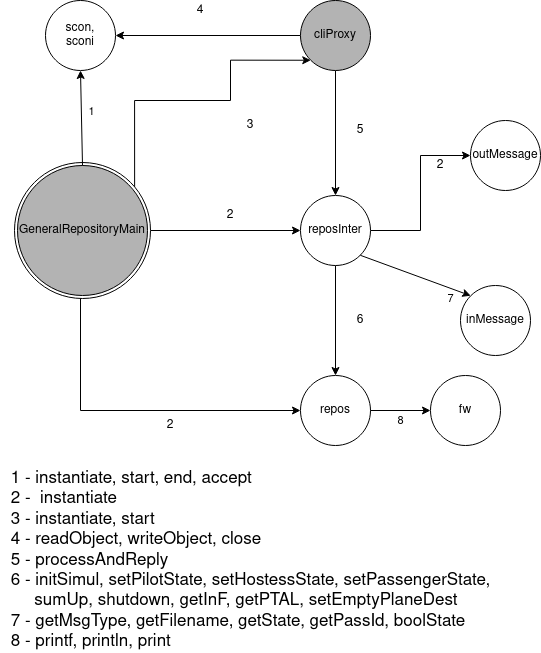
MarianaPinto17/SD keeps this draw.io diagram as assignment3/diagramas/generalRepoMain.png. Above is the earlier version. Source tidied: cells renumbered, new cells last; positions are measured from the earlier drawing's top-left corner, leaving out a move shared by most shapes.
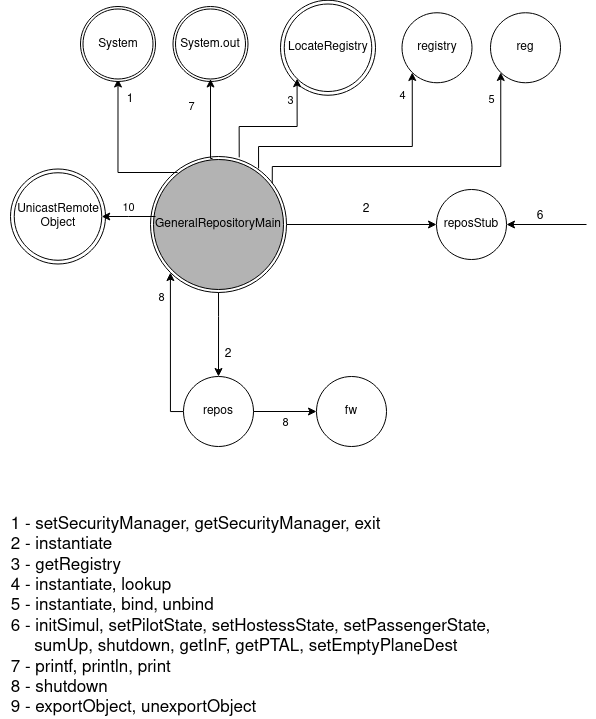
After the change.

The edit, as a diff of the source:
```diff
@@ -2,76 +2,51 @@
   <root>
     <mxCell id="0" />
     <mxCell id="1" parent="0" />
-    <mxCell id="2" style="edgeStyle=orthogonalEdgeStyle;rounded=0;jettySize=auto;html=1;entryX=0;entryY=0.5;entryDx=0;entryDy=0;exitX=0.5;exitY=1;exitDx=0;exitDy=0;" parent="1" edge="1" source="23" target="13">
+    <mxCell id="2" style="edgeStyle=orthogonalEdgeStyle;rounded=0;jettySize=auto;html=1;entryX=0.5;entryY=0;entryDx=0;entryDy=0;exitX=0.5;exitY=1;exitDx=0;exitDy=0;" parent="1" edge="1" source="23" target="13">
       <mxGeometry relative="1" as="geometry">
         <Array as="points">
-          <mxPoint x="80" y="295" />
-          <mxPoint x="80" y="410" />
+          <mxPoint x="218" y="260" />
+          <mxPoint x="218" y="260" />
         </Array>
       </mxGeometry>
     </mxCell>
-    <mxCell id="3" style="edgeStyle=orthogonalEdgeStyle;rounded=0;jettySize=auto;html=1;entryX=0;entryY=1;entryDx=0;entryDy=0;exitX=0.901;exitY=0.196;exitDx=0;exitDy=0;exitPerimeter=0;" parent="1" edge="1" source="23" target="8">
-      <mxGeometry relative="1" as="geometry">
-        <Array as="points">
-          <mxPoint x="134" y="100" />
-          <mxPoint x="230" y="100" />
-          <mxPoint x="230" y="60" />
-        </Array>
-      </mxGeometry>
-    </mxCell>
     <mxCell id="4" style="edgeStyle=orthogonalEdgeStyle;rounded=0;jettySize=auto;html=1;entryX=0;entryY=0.5;entryDx=0;entryDy=0;exitX=1;exitY=0.5;exitDx=0;exitDy=0;" parent="1" edge="1" source="22" target="11">
       <mxGeometry relative="1" as="geometry" />
     </mxCell>
-    <mxCell id="5" value="&lt;div&gt;scon,&lt;/div&gt;&lt;div&gt;sconi&lt;br&gt;&lt;/div&gt;" style="ellipse;whiteSpace=wrap;html=1;align=center;" parent="1" vertex="1">
-      <mxGeometry x="45" width="70" height="70" as="geometry" />
-    </mxCell>
-    <mxCell id="6" style="edgeStyle=orthogonalEdgeStyle;rounded=0;jettySize=auto;html=1;entryX=1;entryY=0.5;entryDx=0;entryDy=0;" parent="1" edge="1" source="8" target="5">
-      <mxGeometry relative="1" as="geometry" />
-    </mxCell>
-    <mxCell id="7" style="edgeStyle=orthogonalEdgeStyle;rounded=0;jettySize=auto;html=1;entryX=0.5;entryY=0;entryDx=0;entryDy=0;" parent="1" edge="1" source="8" target="11">
-      <mxGeometry relative="1" as="geometry" />
-    </mxCell>
-    <mxCell id="8" value="cliProxy" style="ellipse;whiteSpace=wrap;html=1;align=center;fillColor=#B3B3B3;" parent="1" vertex="1">
-      <mxGeometry x="300" width="70" height="70" as="geometry" />
-    </mxCell>
-    <mxCell id="9" style="edgeStyle=orthogonalEdgeStyle;rounded=0;jettySize=auto;html=1;entryX=0.5;entryY=0;entryDx=0;entryDy=0;" parent="1" edge="1" source="11" target="13">
-      <mxGeometry relative="1" as="geometry" />
+    <mxCell id="9" style="edgeStyle=orthogonalEdgeStyle;rounded=0;jettySize=auto;html=1;entryX=1;entryY=0.5;entryDx=0;entryDy=0;" parent="1" edge="1" target="11">
+      <mxGeometry relative="1" as="geometry">
+        <mxPoint x="586" y="168" as="sourcePoint" />
+      </mxGeometry>
     </mxCell>
-    <mxCell id="10" style="edgeStyle=orthogonalEdgeStyle;rounded=0;jettySize=auto;html=1;entryX=0;entryY=0.5;entryDx=0;entryDy=0;" parent="1" edge="1" source="11" target="12">
-      <mxGeometry relative="1" as="geometry" />
-    </mxCell>
-    <mxCell id="11" value="reposInter" style="ellipse;whiteSpace=wrap;html=1;align=center;" parent="1" vertex="1">
-      <mxGeometry x="300" y="195" width="70" height="70" as="geometry" />
+    <mxCell id="11" value="reposStub" style="ellipse;whiteSpace=wrap;html=1;align=center;" parent="1" vertex="1">
+      <mxGeometry x="436" y="133" width="70" height="70" as="geometry" />
     </mxCell>
-    <mxCell id="12" value="outMessage" style="ellipse;whiteSpace=wrap;html=1;align=center;" parent="1" vertex="1">
-      <mxGeometry x="470" y="120" width="70" height="70" as="geometry" />
-    </mxCell>
+    <mxCell id="33" style="edgeStyle=orthogonalEdgeStyle;rounded=0;jettySize=auto;html=1;entryX=0;entryY=1;entryDx=0;entryDy=0;" parent="1" edge="1" source="13" target="22">
+      <mxGeometry relative="1" as="geometry">
+        <Array as="points">
+          <mxPoint x="170" y="355" />
+        </Array>
+      </mxGeometry>
+    </mxCell>
+    <mxCell id="34" value="8" style="edgeLabel;html=1;align=center;verticalAlign=middle;" parent="33" vertex="1">
+      <mxGeometry x="0.41" relative="1" as="geometry">
+        <mxPoint x="-10" y="-21" as="offset" />
+      </mxGeometry>
+    </mxCell>
     <mxCell id="13" value="repos" style="ellipse;whiteSpace=wrap;html=1;align=center;" parent="1" vertex="1">
-      <mxGeometry x="300" y="375" width="70" height="70" as="geometry" />
+      <mxGeometry x="183" y="320" width="70" height="70" as="geometry" />
     </mxCell>
-    <mxCell id="14" value="4" style="text;html=1;strokeColor=none;fillColor=none;align=center;verticalAlign=middle;whiteSpace=wrap;rounded=0;" parent="1" vertex="1">
-      <mxGeometry x="180" width="40" height="20" as="geometry" />
-    </mxCell>
-    <mxCell id="15" value="5" style="text;html=1;strokeColor=none;fillColor=none;align=center;verticalAlign=middle;whiteSpace=wrap;rounded=0;" parent="1" vertex="1">
-      <mxGeometry x="340" y="120" width="40" height="20" as="geometry" />
-    </mxCell>
-    <mxCell id="16" value="&lt;div&gt;3&lt;/div&gt;" style="text;html=1;strokeColor=none;fillColor=none;align=center;verticalAlign=middle;whiteSpace=wrap;rounded=0;" parent="1" vertex="1">
-      <mxGeometry x="230" y="110" width="40" height="30" as="geometry" />
-    </mxCell>
     <mxCell id="17" value="2" style="text;html=1;strokeColor=none;fillColor=none;align=center;verticalAlign=middle;whiteSpace=wrap;rounded=0;" parent="1" vertex="1">
-      <mxGeometry x="210" y="200" width="40" height="30" as="geometry" />
+      <mxGeometry x="346" y="138" width="40" height="30" as="geometry" />
     </mxCell>
-    <mxCell id="18" value="2" style="text;html=1;strokeColor=none;fillColor=none;align=center;verticalAlign=middle;whiteSpace=wrap;rounded=0;" parent="1" vertex="1">
-      <mxGeometry x="420" y="150" width="40" height="30" as="geometry" />
-    </mxCell>
     <mxCell id="19" value="2" style="text;html=1;strokeColor=none;fillColor=none;align=center;verticalAlign=middle;whiteSpace=wrap;rounded=0;" parent="1" vertex="1">
-      <mxGeometry x="150" y="410" width="40" height="30" as="geometry" />
+      <mxGeometry x="207.5" y="283" width="40" height="30" as="geometry" />
     </mxCell>
     <mxCell id="20" value="6" style="text;html=1;strokeColor=none;fillColor=none;align=center;verticalAlign=middle;whiteSpace=wrap;rounded=0;" parent="1" vertex="1">
-      <mxGeometry x="340" y="310" width="40" height="20" as="geometry" />
+      <mxGeometry x="520" y="150" width="40" height="20" as="geometry" />
     </mxCell>
     <mxCell id="21" style="group;" parent="1" vertex="1">
-      <mxGeometry x="14" y="162" width="136" height="136" as="geometry" />
+      <mxGeometry x="150" y="100" width="136" height="136" as="geometry" />
     </mxCell>
     <mxCell id="22" style="ellipse;whiteSpace=wrap;html=1;align=center;" parent="21" vertex="1">
       <mxGeometry width="136" height="136" as="geometry" />
@@ -79,27 +54,8 @@
     <mxCell id="23" value="GeneralRepositoryMain" style="ellipse;whiteSpace=wrap;html=1;align=center;strokeColor=#000000;fillColor=#B3B3B3;" parent="21" vertex="1">
       <mxGeometry x="3" y="3" width="130" height="130" as="geometry" />
     </mxCell>
-    <mxCell id="24" style="endArrow=classic;html=1;entryX=0;entryY=0;entryDx=0;entryDy=0;exitX=1;exitY=1;exitDx=0;exitDy=0;" parent="1" edge="1" source="11" target="28">
-      <mxGeometry relative="1" as="geometry" />
-    </mxCell>
-    <mxCell id="25" value="7" style="edgeLabel;html=1;align=center;verticalAlign=middle;" parent="24" vertex="1">
-      <mxGeometry x="0.29" y="-1" relative="1" as="geometry">
-        <mxPoint x="19" y="16" as="offset" />
-      </mxGeometry>
-    </mxCell>
-    <mxCell id="26" style="endArrow=classic;html=1;entryX=0.5;entryY=1;entryDx=0;entryDy=0;exitX=0.5;exitY=0;exitDx=0;exitDy=0;" parent="1" edge="1" source="23" target="5">
-      <mxGeometry relative="1" as="geometry" />
-    </mxCell>
-    <mxCell id="27" value="1" style="edgeLabel;html=1;align=center;verticalAlign=middle;" parent="26" vertex="1">
-      <mxGeometry x="-0.2" y="-1" relative="1" as="geometry">
-        <mxPoint x="8" y="-17" as="offset" />
-      </mxGeometry>
-    </mxCell>
-    <mxCell id="28" value="inMessage" style="ellipse;whiteSpace=wrap;html=1;align=center;" parent="1" vertex="1">
-      <mxGeometry x="460" y="285" width="70" height="70" as="geometry" />
-    </mxCell>
     <mxCell id="29" value="fw" style="ellipse;whiteSpace=wrap;html=1;align=center;" parent="1" vertex="1">
-      <mxGeometry x="430" y="375" width="70" height="70" as="geometry" />
+      <mxGeometry x="316" y="320" width="70" height="70" as="geometry" />
     </mxCell>
     <mxCell id="30" style="endArrow=classic;html=1;entryX=0;entryY=0.5;entryDx=0;entryDy=0;exitX=1;exitY=0.5;exitDx=0;exitDy=0;" parent="1" edge="1" source="13" target="29">
       <mxGeometry relative="1" as="geometry" />
@@ -109,8 +65,120 @@
         <mxPoint x="9" y="10" as="offset" />
       </mxGeometry>
     </mxCell>
-    <mxCell id="32" value="&lt;div style=&quot;font-size: 17px&quot; align=&quot;left&quot;&gt;&lt;font style=&quot;font-size: 17px&quot;&gt;1 - instantiate, start, end, accept&lt;/font&gt;&lt;/div&gt;&lt;div style=&quot;font-size: 17px&quot; align=&quot;left&quot;&gt;&lt;font style=&quot;font-size: 17px&quot;&gt;2 -&amp;nbsp; instantiate&lt;/font&gt;&lt;/div&gt;&lt;div style=&quot;font-size: 17px&quot; align=&quot;left&quot;&gt;&lt;font style=&quot;font-size: 17px&quot;&gt;3 - instantiate, start&lt;/font&gt;&lt;/div&gt;&lt;div style=&quot;font-size: 17px&quot; align=&quot;left&quot;&gt;&lt;font style=&quot;font-size: 17px&quot;&gt;4 - readObject, writeObject, close&lt;/font&gt;&lt;/div&gt;&lt;div style=&quot;font-size: 17px&quot; align=&quot;left&quot;&gt;&lt;font style=&quot;font-size: 17px&quot;&gt;5 - processAndReply&lt;/font&gt;&lt;/div&gt;&lt;div style=&quot;font-size: 17px&quot; align=&quot;left&quot;&gt;&lt;font style=&quot;font-size: 17px&quot;&gt;6 - initSimul, setPilotState, setHostessState, setPassengerState, &lt;br&gt;&lt;/font&gt;&lt;/div&gt;&lt;div style=&quot;font-size: 17px&quot; align=&quot;left&quot;&gt;&lt;font style=&quot;font-size: 17px&quot;&gt;&amp;nbsp;&amp;nbsp;&amp;nbsp;&amp;nbsp; sumUp, shutdown, getInF, getPTAL, setEmptyPlaneDest&lt;br&gt;&lt;/font&gt;&lt;/div&gt;&lt;div style=&quot;font-size: 17px&quot; align=&quot;left&quot;&gt;&lt;font style=&quot;font-size: 17px&quot;&gt;7 - getMsgType, getFilename, getState, getPassId, boolState&lt;br&gt;&lt;/font&gt;&lt;/div&gt;&lt;div style=&quot;font-size: 17px&quot; align=&quot;left&quot;&gt;&lt;font style=&quot;font-size: 17px&quot;&gt;8 - printf, println, print&lt;br&gt;&lt;/font&gt;&lt;/div&gt;" style="text;html=1;align=center;verticalAlign=middle;strokeColor=none;" parent="1" vertex="1">
-      <mxGeometry y="495" width="500" height="130" as="geometry" />
+    <mxCell id="32" value="&lt;div style=&quot;font-size: 17px&quot; align=&quot;left&quot;&gt;&lt;font style=&quot;font-size: 17px&quot;&gt;1 - setSecurityManager, getSecurityManager, exit&lt;br&gt;&lt;/font&gt;&lt;/div&gt;&lt;div style=&quot;font-size: 17px&quot; align=&quot;left&quot;&gt;&lt;font style=&quot;font-size: 17px&quot;&gt;2 - instantiate&lt;/font&gt;&lt;/div&gt;&lt;div style=&quot;font-size: 17px&quot; align=&quot;left&quot;&gt;&lt;font style=&quot;font-size: 17px&quot;&gt;3 - getRegistry&lt;br&gt;&lt;/font&gt;&lt;/div&gt;&lt;div style=&quot;font-size: 17px&quot; align=&quot;left&quot;&gt;&lt;font style=&quot;font-size: 17px&quot;&gt;4 - instantiate, lookup&lt;/font&gt;&lt;font style=&quot;font-size: 17px&quot;&gt;&lt;br&gt;&lt;/font&gt;&lt;/div&gt;&lt;div style=&quot;font-size: 17px&quot; align=&quot;left&quot;&gt;&lt;font style=&quot;font-size: 17px&quot;&gt;5 - instantiate, bind, unbind&lt;/font&gt;&lt;/div&gt;&lt;div style=&quot;font-size: 17px&quot; align=&quot;left&quot;&gt;&lt;font style=&quot;font-size: 17px&quot;&gt;6 - initSimul, setPilotState, setHostessState, setPassengerState, &lt;br&gt;&lt;/font&gt;&lt;/div&gt;&lt;div style=&quot;font-size: 17px&quot; align=&quot;left&quot;&gt;&lt;font style=&quot;font-size: 17px&quot;&gt;&amp;nbsp;&amp;nbsp;&amp;nbsp;&amp;nbsp; sumUp, shutdown, getInF, getPTAL, setEmptyPlaneDest&lt;br&gt;&lt;/font&gt;&lt;/div&gt;&lt;div style=&quot;font-size: 17px&quot; align=&quot;left&quot;&gt;&lt;font style=&quot;font-size: 17px&quot;&gt;7 - printf, println, print&lt;br&gt;&lt;/font&gt;&lt;/div&gt;&lt;div style=&quot;font-size: 17px&quot; align=&quot;left&quot;&gt;&lt;font style=&quot;font-size: 17px&quot;&gt;8 - shutdown&lt;/font&gt;&lt;/div&gt;&lt;div style=&quot;font-size: 17px&quot; align=&quot;left&quot;&gt;&lt;font style=&quot;font-size: 17px&quot;&gt;9 - exportObject, unexportObject&lt;br&gt;&lt;/font&gt;&lt;/div&gt;" style="text;html=1;align=center;verticalAlign=middle;strokeColor=none;" parent="1" vertex="1">
+      <mxGeometry y="485" width="500" height="150" as="geometry" />
     </mxCell>
+    <mxCell id="35" style="group;" parent="1" vertex="1">
+      <mxGeometry x="10" y="112.5" width="95" height="95" as="geometry" />
+    </mxCell>
+    <mxCell id="36" value="LocateRegistry" style="ellipse;whiteSpace=wrap;html=1;align=center;" parent="35" vertex="1">
+      <mxGeometry width="95" height="95" as="geometry" />
+    </mxCell>
+    <mxCell id="37" value="&lt;div&gt;UnicastRemote&lt;/div&gt;&lt;div&gt;Object&lt;br&gt;&lt;/div&gt;" style="ellipse;whiteSpace=wrap;html=1;align=center;" parent="35" vertex="1">
+      <mxGeometry x="3.8" y="3.8" width="87.5" height="87.5" as="geometry" />
+    </mxCell>
+    <mxCell id="38" style="edgeStyle=orthogonalEdgeStyle;rounded=0;jettySize=auto;html=1;" parent="1" edge="1" target="37">
+      <mxGeometry relative="1" as="geometry">
+        <mxPoint x="155" y="160" as="sourcePoint" />
+      </mxGeometry>
+    </mxCell>
+    <mxCell id="39" value="10" style="edgeLabel;html=1;align=center;verticalAlign=middle;" parent="38" vertex="1">
+      <mxGeometry x="-0.16" relative="1" as="geometry">
+        <mxPoint x="-5" y="-10" as="offset" />
+      </mxGeometry>
+    </mxCell>
+    <mxCell id="40" style="edgeStyle=orthogonalEdgeStyle;rounded=0;jettySize=auto;html=1;entryX=0.5;entryY=1;entryDx=0;entryDy=0;exitX=0.185;exitY=0.1;exitDx=0;exitDy=0;exitPerimeter=0;" parent="1" edge="1" source="23" target="43">
+      <mxGeometry relative="1" as="geometry" />
+    </mxCell>
+    <mxCell id="27" value="1" style="text;html=1;strokeColor=none;fillColor=none;align=center;verticalAlign=middle;whiteSpace=wrap;rounded=0;" parent="1" vertex="1">
+      <mxGeometry x="110" y="32.5" width="40" height="20" as="geometry" />
+    </mxCell>
+    <mxCell id="41" style="group;" parent="1" vertex="1">
+      <mxGeometry x="80" y="-50" width="75" height="75" as="geometry" />
+    </mxCell>
+    <mxCell id="42" value="System" style="ellipse;whiteSpace=wrap;html=1;align=center;" parent="41" vertex="1">
+      <mxGeometry width="75" height="75" as="geometry" />
+    </mxCell>
+    <mxCell id="43" value="System" style="ellipse;whiteSpace=wrap;html=1;align=center;" parent="41" vertex="1">
+      <mxGeometry x="2.5" y="2.5" width="70" height="70" as="geometry" />
+    </mxCell>
+    <mxCell id="44" style="group;" parent="1" vertex="1">
+      <mxGeometry x="172.5" y="-50" width="75" height="75" as="geometry" />
+    </mxCell>
+    <mxCell id="45" value="System" style="ellipse;whiteSpace=wrap;html=1;align=center;" parent="44" vertex="1">
+      <mxGeometry width="75" height="75" as="geometry" />
+    </mxCell>
+    <mxCell id="46" value="System.out" style="ellipse;whiteSpace=wrap;html=1;align=center;" parent="44" vertex="1">
+      <mxGeometry x="2.5" y="2.5" width="70" height="70" as="geometry" />
+    </mxCell>
+    <mxCell id="47" style="edgeStyle=orthogonalEdgeStyle;rounded=0;jettySize=auto;html=1;exitX=0.456;exitY=0.015;exitDx=0;exitDy=0;entryX=0.5;entryY=1;entryDx=0;entryDy=0;exitPerimeter=0;" parent="1" edge="1" source="22" target="46">
+      <mxGeometry relative="1" as="geometry">
+        <Array as="points">
+          <mxPoint x="210" y="102" />
+        </Array>
+      </mxGeometry>
+    </mxCell>
+    <mxCell id="25" value="7" style="edgeLabel;html=1;align=center;verticalAlign=middle;" parent="47" vertex="1">
+      <mxGeometry x="-0.24" relative="1" as="geometry">
+        <mxPoint x="-20" y="-24" as="offset" />
+      </mxGeometry>
+    </mxCell>
+    <mxCell id="48" style="group;" parent="1" vertex="1">
+      <mxGeometry x="280" y="-56.2" width="95" height="95" as="geometry" />
+    </mxCell>
+    <mxCell id="49" value="LocateRegistry" style="ellipse;whiteSpace=wrap;html=1;align=center;" parent="48" vertex="1">
+      <mxGeometry width="95" height="95" as="geometry" />
+    </mxCell>
+    <mxCell id="50" value="LocateRegistry" style="ellipse;whiteSpace=wrap;html=1;align=center;" parent="48" vertex="1">
+      <mxGeometry x="3.8" y="3.8" width="87.5" height="87.5" as="geometry" />
+    </mxCell>
+    <mxCell id="51" style="edgeStyle=orthogonalEdgeStyle;rounded=0;jettySize=auto;html=1;entryX=0;entryY=1;entryDx=0;entryDy=0;exitX=0.721;exitY=0.045;exitDx=0;exitDy=0;exitPerimeter=0;" parent="1" edge="1" target="50">
+      <mxGeometry relative="1" as="geometry">
+        <mxPoint x="238.7" y="100.8" as="sourcePoint" />
+        <Array as="points">
+          <mxPoint x="239" y="70" />
+          <mxPoint x="297" y="70" />
+        </Array>
+      </mxGeometry>
+    </mxCell>
+    <mxCell id="16" value="3" style="edgeLabel;html=1;align=center;verticalAlign=middle;" parent="51" vertex="1">
+      <mxGeometry x="0.58" y="-3" relative="1" as="geometry">
+        <mxPoint x="-10" y="-7" as="offset" />
+      </mxGeometry>
+    </mxCell>
+    <mxCell id="52" value="registry" style="ellipse;whiteSpace=wrap;html=1;align=center;" parent="1" vertex="1">
+      <mxGeometry x="401.5" y="-43.8" width="70" height="70" as="geometry" />
+    </mxCell>
+    <mxCell id="53" style="edgeStyle=orthogonalEdgeStyle;rounded=0;jettySize=auto;html=1;exitX=1;exitY=0;exitDx=0;exitDy=0;entryX=0;entryY=1;entryDx=0;entryDy=0;" parent="1" edge="1" target="52">
+      <mxGeometry relative="1" as="geometry">
+        <mxPoint x="258.1" y="111.9" as="sourcePoint" />
+        <Array as="points">
+          <mxPoint x="258" y="90" />
+          <mxPoint x="412" y="90" />
+        </Array>
+      </mxGeometry>
+    </mxCell>
+    <mxCell id="14" value="4" style="edgeLabel;html=1;align=center;verticalAlign=middle;" parent="53" vertex="1">
+      <mxGeometry x="0.52" y="-3" relative="1" as="geometry">
+        <mxPoint x="-13" y="-38" as="offset" />
+      </mxGeometry>
+    </mxCell>
+    <mxCell id="54" value="reg" style="ellipse;whiteSpace=wrap;html=1;align=center;" parent="1" vertex="1">
+      <mxGeometry x="490" y="-43.8" width="70" height="70" as="geometry" />
+    </mxCell>
+    <mxCell id="55" style="edgeStyle=orthogonalEdgeStyle;rounded=0;jettySize=auto;html=1;exitX=0.975;exitY=0.244;exitDx=0;exitDy=0;entryX=0;entryY=1;entryDx=0;entryDy=0;exitPerimeter=0;" parent="1" edge="1" target="54">
+      <mxGeometry relative="1" as="geometry">
+        <mxPoint x="271.8" y="126.7" as="sourcePoint" />
+        <Array as="points">
+          <mxPoint x="272" y="110" />
+          <mxPoint x="500" y="110" />
+        </Array>
+      </mxGeometry>
+    </mxCell>
+    <mxCell id="15" value="5" style="edgeLabel;html=1;align=center;verticalAlign=middle;" parent="55" vertex="1">
+      <mxGeometry x="0.87" y="3" relative="1" as="geometry">
+        <mxPoint x="-7" y="5" as="offset" />
+      </mxGeometry>
+    </mxCell>
   </root>
 </mxGraphModel>
```
